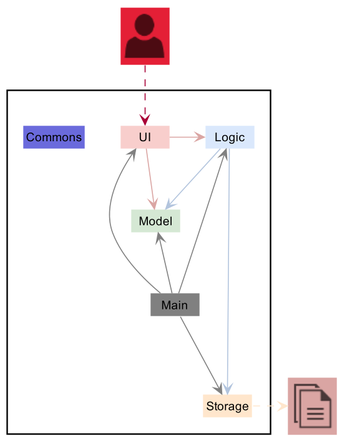
Above: docs/images/ArchitectureDiagram.png in petrickjerico/tp (PlantUML), before the change.
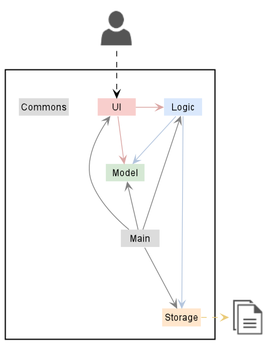
After the change.

What changed in the source:
```diff
@@ -9,23 +9,23 @@
     Class Logic LOGIC_COLOR
     Class Storage STORAGE_COLOR
     Class Model MODEL_COLOR
-    Class Main #grey
-    Class Commons LOGIC_COLOR_T2
+    Class Main #gainsboro
+    Class Commons #gainsboro
 }
 
-Class "<$user>" as User MODEL_COLOR_T2
-Class "<$documents>" as File UI_COLOR_T1
+Class "<$user>" as User #white
+Class "<$documents>" as File #white
 
 
-UI -[#DAA5A3]> Logic
-UI -right[#DAA5A3]-> Model
-Logic -[#B2C4DD]-> Storage
-Logic -down[#B2C4DD]-> Model
-Main -[#grey]-> UI
-Main -[#grey]-> Logic
-Main -[#grey]-> Storage
-Main -up[#grey]-> Model
+UI -[UI_COLOR_T1]> Logic
+UI -right[UI_COLOR_T1]-> Model
+Logic -[LOGIC_COLOR_T1]-> Storage
+Logic -down[LOGIC_COLOR_T1]-> Model
+Main -[#gray]-> UI
+Main -[#gray]-> Logic
+Main -[#gray]-> Storage
+Main -up[#gray]-> Model
 
-Storage .right[STORAGE_COLOR].>File
-User ..> UI
+Storage .right[STORAGE_COLOR_T1].>File
+User ..[#black]> UI
 @enduml
```
